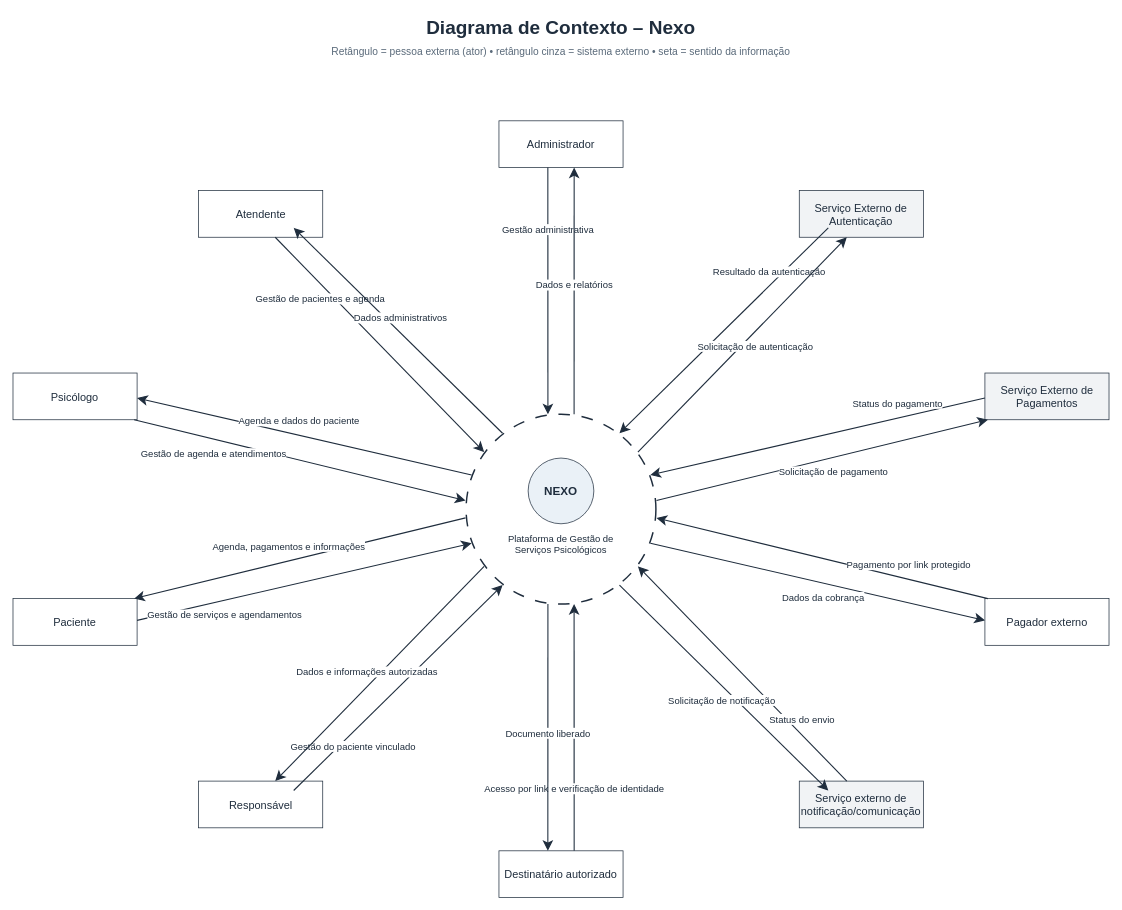
Earlier version of the draw.io diagram diagramas/contexto/diagrama-de-contexto.drawio (devcaline/nexo-modelagem). Source tidied: cells renumbered, new cells numbered last; positions are measured from the earlier drawing's top-left corner, leaving out a move shared by most shapes. Both pictures are drawn from the tidied source at 73%, with x=0, y=0 at pixel (12, 12).
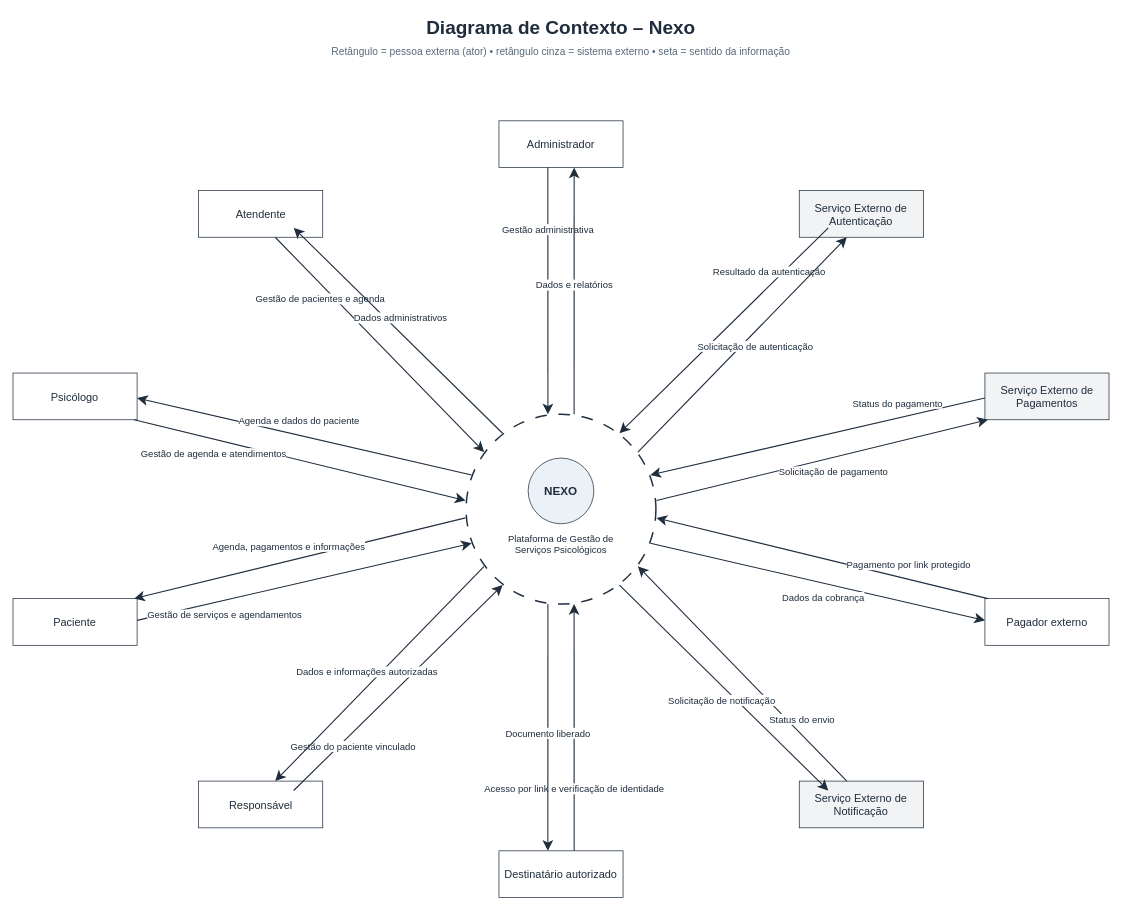
Above is the later version.

Commit message (it also covers changes not shown here):
Padroniza o nome Serviço Externo de Notificação no diagrama de contexto e no documento de visão

Change to the diagram source:
```diff
@@
-    <mxCell id="19" value="Serviço externo de notificação/comunicação" style="rounded=0;whiteSpace=wrap;html=1;fontSize=15;strokeColor=#1F2D3D;fillColor=#F1F3F5;fontColor=#1F2D3D;" parent="1" vertex="1">
+    <mxCell id="19" value="Serviço Externo de Notificação" style="rounded=0;whiteSpace=wrap;html=1;fontSize=15;strokeColor=#1F2D3D;fillColor=#F1F3F5;fontColor=#1F2D3D;" parent="1" vertex="1">
       <mxGeometry x="1077.4" y="1052.5" width="170" height="64" as="geometry" />
     </mxCell>
```
